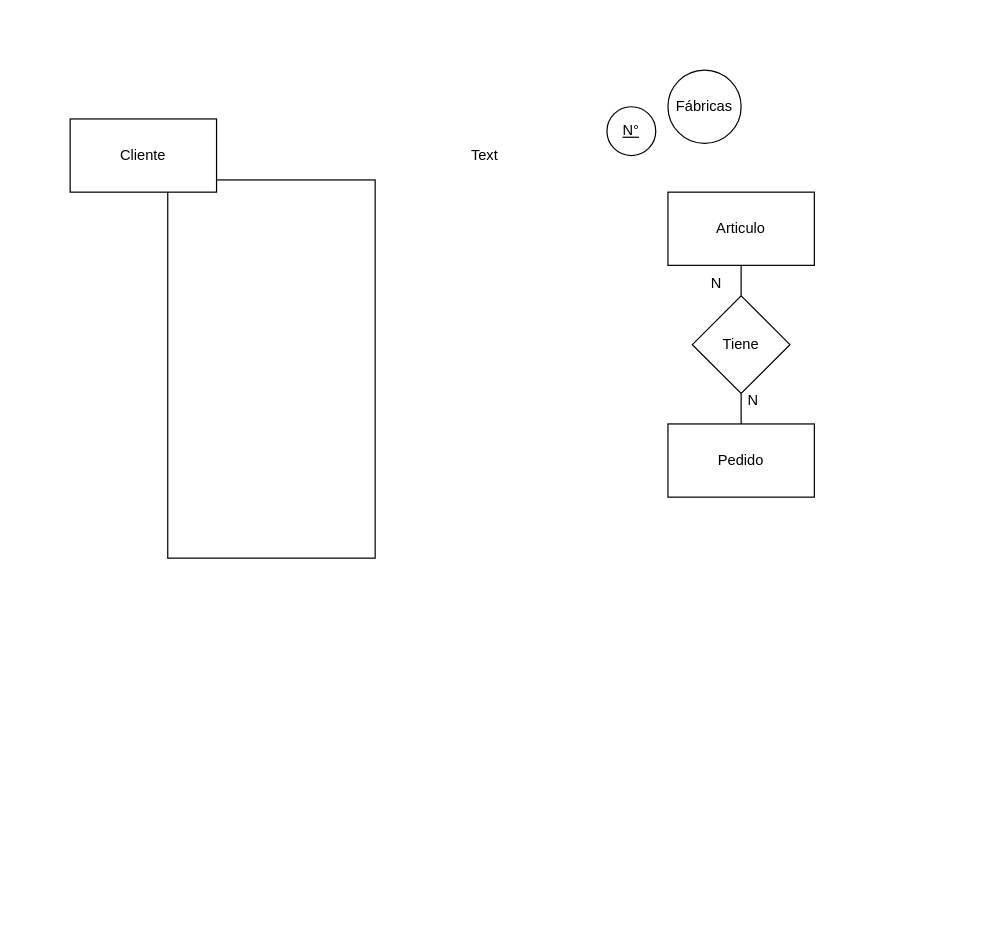
The draw.io diagram Diagrama.drawio in gastonjau/e-commerce, before the edit. Source tidied: cells renumbered, new cells numbered last; positions are measured from the earlier drawing's top-left corner, leaving out a move shared by most shapes. Both pictures are drawn from the tidied source at 122%, with x=0, y=0 at pixel (70, 70).
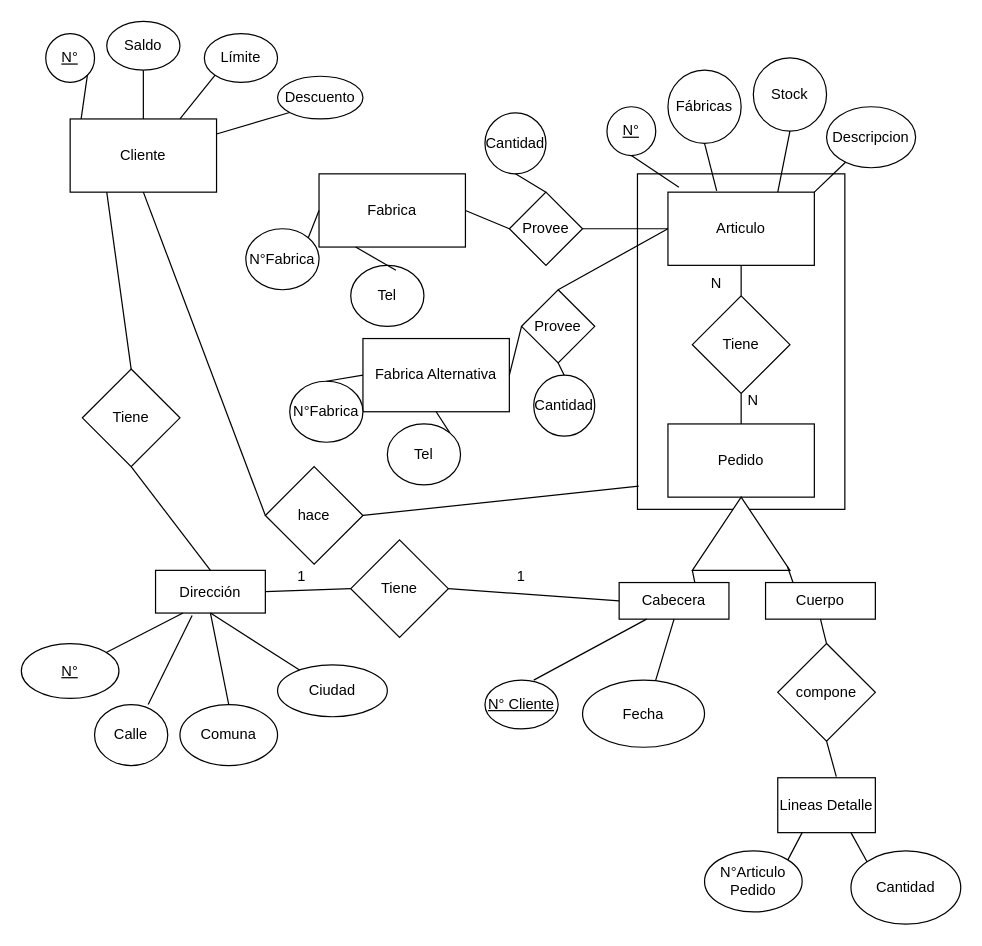
The same page after the edit.

The change refers to these unchanged cells:
```xml
<mxCell id="3" value="Cliente" style="rounded=0;whiteSpace=wrap;html=1;" parent="1" vertex="1">
  <mxGeometry y="40" width="120" height="60" as="geometry" />
</mxCell>
<mxCell id="4" value="Articulo" style="rounded=0;whiteSpace=wrap;html=1;" parent="1" vertex="1">
  <mxGeometry x="490" y="100" width="120" height="60" as="geometry" />
</mxCell>
<mxCell id="12" value="&lt;u&gt;N°&lt;/u&gt;" style="ellipse;whiteSpace=wrap;html=1;" parent="1" vertex="1">
  <mxGeometry x="440" y="30" width="40" height="40" as="geometry" />
</mxCell>
<mxCell id="13" value="Fábricas" style="ellipse;whiteSpace=wrap;html=1;" parent="1" vertex="1">
  <mxGeometry x="490" width="60" height="60" as="geometry" />
</mxCell>
```

What changed in the source:
```diff
@@
     <mxCell id="2" style="rounded=0;whiteSpace=wrap;html=1;" parent="1" vertex="1">
-      <mxGeometry x="80" y="90" width="170" height="310" as="geometry" />
+      <mxGeometry x="465" y="85" width="170" height="275" as="geometry" />
     </mxCell>
@@
-    <mxCell id="11" value="Text" style="text;html=1;align=center;verticalAlign=middle;whiteSpace=wrap;rounded=0;" parent="1" vertex="1">
-      <mxGeometry x="310" y="55" width="60" height="30" as="geometry" />
-    </mxCell>
@@
+    <mxCell id="14" value="Stock" style="ellipse;whiteSpace=wrap;html=1;" parent="1" vertex="1">
+      <mxGeometry x="560" y="-10" width="60" height="60" as="geometry" />
+    </mxCell>
+    <mxCell id="15" value="Descripcion" style="ellipse;whiteSpace=wrap;html=1;" parent="1" vertex="1">
+      <mxGeometry x="620" y="30" width="73" height="50" as="geometry" />
+    </mxCell>
+    <mxCell id="16" style="endArrow=none;html=1;rounded=0;entryX=0.5;entryY=1;entryDx=0;entryDy=0;exitX=0.333;exitY=-0.017;exitDx=0;exitDy=0;exitPerimeter=0;" parent="1" edge="1" source="4" target="13">
+      <mxGeometry relative="1" as="geometry" />
+    </mxCell>
+    <mxCell id="17" style="endArrow=none;html=1;rounded=0;entryX=0.5;entryY=1;entryDx=0;entryDy=0;exitX=0.075;exitY=-0.067;exitDx=0;exitDy=0;exitPerimeter=0;" parent="1" edge="1" source="4" target="12">
+      <mxGeometry relative="1" as="geometry" />
+    </mxCell>
+    <mxCell id="18" style="endArrow=none;html=1;rounded=0;entryX=0.75;entryY=0;entryDx=0;entryDy=0;exitX=0.5;exitY=1;exitDx=0;exitDy=0;" parent="1" edge="1" source="14" target="4">
+      <mxGeometry relative="1" as="geometry" />
+    </mxCell>
+    <mxCell id="19" style="endArrow=none;html=1;rounded=0;entryX=1;entryY=0;entryDx=0;entryDy=0;" parent="1" edge="1" source="15" target="4">
+      <mxGeometry relative="1" as="geometry" />
+    </mxCell>
+    <mxCell id="20" value="&lt;u&gt;N°&lt;/u&gt;" style="ellipse;whiteSpace=wrap;html=1;" parent="1" vertex="1">
+      <mxGeometry x="-20" y="-30" width="40" height="40" as="geometry" />
+    </mxCell>
+    <mxCell id="21" value="Saldo" style="ellipse;whiteSpace=wrap;html=1;" parent="1" vertex="1">
+      <mxGeometry x="30" y="-40" width="60" height="40" as="geometry" />
+    </mxCell>
+    <mxCell id="22" value="Descuento" style="ellipse;whiteSpace=wrap;html=1;" parent="1" vertex="1">
+      <mxGeometry x="170" y="5" width="70" height="35" as="geometry" />
+    </mxCell>
+    <mxCell id="23" value="Límite" style="ellipse;whiteSpace=wrap;html=1;" parent="1" vertex="1">
+      <mxGeometry x="110" y="-30" width="60" height="40" as="geometry" />
+    </mxCell>
+    <mxCell id="24" style="endArrow=none;html=1;rounded=0;entryX=0;entryY=1;entryDx=0;entryDy=0;exitX=0.75;exitY=0;exitDx=0;exitDy=0;" parent="1" edge="1" source="3" target="23">
+      <mxGeometry relative="1" as="geometry" />
+    </mxCell>
+    <mxCell id="25" style="endArrow=none;html=1;rounded=0;entryX=1;entryY=1;entryDx=0;entryDy=0;exitX=0.075;exitY=0;exitDx=0;exitDy=0;exitPerimeter=0;" parent="1" edge="1" source="3" target="20">
+      <mxGeometry relative="1" as="geometry" />
+    </mxCell>
+    <mxCell id="26" style="endArrow=none;html=1;rounded=0;entryX=0.5;entryY=1;entryDx=0;entryDy=0;exitX=0.5;exitY=0;exitDx=0;exitDy=0;" parent="1" edge="1" source="3" target="21">
+      <mxGeometry relative="1" as="geometry" />
+    </mxCell>
+    <mxCell id="27" style="endArrow=none;html=1;rounded=0;entryX=0;entryY=1;entryDx=0;entryDy=0;" parent="1" edge="1" source="3" target="22">
+      <mxGeometry relative="1" as="geometry" />
+    </mxCell>
+    <mxCell id="28" value="hace" style="rhombus;whiteSpace=wrap;html=1;" parent="1" vertex="1">
+      <mxGeometry x="160" y="325" width="80" height="80" as="geometry" />
+    </mxCell>
+    <mxCell id="29" style="endArrow=none;html=1;rounded=0;entryX=0.5;entryY=1;entryDx=0;entryDy=0;exitX=0;exitY=0.5;exitDx=0;exitDy=0;" parent="1" edge="1" source="28" target="3">
+      <mxGeometry relative="1" as="geometry" />
+    </mxCell>
+    <mxCell id="30" style="endArrow=none;html=1;rounded=0;entryX=1;entryY=0.5;entryDx=0;entryDy=0;exitX=0.006;exitY=0.931;exitDx=0;exitDy=0;exitPerimeter=0;" parent="1" edge="1" source="2" target="28">
+      <mxGeometry relative="1" as="geometry" />
+    </mxCell>
+    <mxCell id="31" style="triangle;whiteSpace=wrap;html=1;direction=north;" parent="1" vertex="1">
+      <mxGeometry x="510" y="350" width="80" height="60" as="geometry" />
+    </mxCell>
+    <mxCell id="32" value="Cabecera" style="rounded=0;whiteSpace=wrap;html=1;" parent="1" vertex="1">
+      <mxGeometry x="450" y="420" width="90" height="30" as="geometry" />
+    </mxCell>
+    <mxCell id="33" value="Cuerpo" style="rounded=0;whiteSpace=wrap;html=1;" parent="1" vertex="1">
+      <mxGeometry x="570" y="420" width="90" height="30" as="geometry" />
+    </mxCell>
+    <mxCell id="34" value="compone" style="rhombus;whiteSpace=wrap;html=1;" parent="1" vertex="1">
+      <mxGeometry x="580" y="470" width="80" height="80" as="geometry" />
+    </mxCell>
+    <mxCell id="35" value="Lineas Detalle" style="rounded=0;whiteSpace=wrap;html=1;" parent="1" vertex="1">
+      <mxGeometry x="580" y="580" width="80" height="45" as="geometry" />
+    </mxCell>
+    <mxCell id="36" style="endArrow=none;html=1;rounded=0;exitX=0.6;exitY=-0.022;exitDx=0;exitDy=0;exitPerimeter=0;entryX=0.5;entryY=1;entryDx=0;entryDy=0;" parent="1" edge="1" source="35" target="34">
+      <mxGeometry relative="1" as="geometry" />
+    </mxCell>
+    <mxCell id="37" style="endArrow=none;html=1;rounded=0;entryX=0.5;entryY=0;entryDx=0;entryDy=0;exitX=0.5;exitY=1;exitDx=0;exitDy=0;" parent="1" edge="1" source="33" target="34">
+      <mxGeometry relative="1" as="geometry" />
+    </mxCell>
+    <mxCell id="38" style="endArrow=none;html=1;rounded=0;entryX=0.5;entryY=1;entryDx=0;entryDy=0;" parent="1" edge="1" target="32">
+      <mxGeometry relative="1" as="geometry">
+        <mxPoint x="480" y="500" as="sourcePoint" />
+      </mxGeometry>
+    </mxCell>
+    <mxCell id="39" style="endArrow=none;html=1;rounded=0;entryX=0.25;entryY=1;entryDx=0;entryDy=0;" parent="1" edge="1" target="32">
+      <mxGeometry relative="1" as="geometry">
+        <mxPoint x="380" y="500" as="sourcePoint" />
+      </mxGeometry>
+    </mxCell>
+    <mxCell id="40" value="&lt;u&gt;N° Cliente&lt;/u&gt;" style="ellipse;whiteSpace=wrap;html=1;" parent="1" vertex="1">
+      <mxGeometry x="340" y="500" width="60" height="40" as="geometry" />
+    </mxCell>
+    <mxCell id="41" value="Fecha" style="ellipse;whiteSpace=wrap;html=1;" parent="1" vertex="1">
+      <mxGeometry x="420" y="500" width="100" height="55" as="geometry" />
+    </mxCell>
+    <mxCell id="42" value="N°Articulo Pedido" style="ellipse;whiteSpace=wrap;html=1;" parent="1" vertex="1">
+      <mxGeometry x="520" y="640" width="80" height="50" as="geometry" />
+    </mxCell>
+    <mxCell id="43" value="Cantidad" style="ellipse;whiteSpace=wrap;html=1;" parent="1" vertex="1">
+      <mxGeometry x="640" y="640" width="90" height="60" as="geometry" />
+    </mxCell>
+    <mxCell id="44" style="endArrow=none;html=1;rounded=0;entryX=0.25;entryY=1;entryDx=0;entryDy=0;exitX=1;exitY=0;exitDx=0;exitDy=0;" parent="1" edge="1" source="42" target="35">
+      <mxGeometry relative="1" as="geometry" />
+    </mxCell>
+    <mxCell id="45" style="endArrow=none;html=1;rounded=0;entryX=0.75;entryY=1;entryDx=0;entryDy=0;exitX=0;exitY=0;exitDx=0;exitDy=0;" parent="1" edge="1" source="43" target="35">
+      <mxGeometry relative="1" as="geometry" />
+    </mxCell>
+    <mxCell id="46" value="Tiene" style="rhombus;whiteSpace=wrap;html=1;" parent="1" vertex="1">
+      <mxGeometry x="230" y="385" width="80" height="80" as="geometry" />
+    </mxCell>
+    <mxCell id="47" style="endArrow=none;html=1;rounded=0;entryX=0;entryY=0.5;entryDx=0;entryDy=0;exitX=1;exitY=0.5;exitDx=0;exitDy=0;" parent="1" edge="1" source="46" target="32">
+      <mxGeometry relative="1" as="geometry" />
+    </mxCell>
+    <mxCell id="48" value="Dirección" style="rounded=0;whiteSpace=wrap;html=1;" parent="1" vertex="1">
+      <mxGeometry x="70" y="410" width="90" height="35" as="geometry" />
+    </mxCell>
+    <mxCell id="49" style="endArrow=none;html=1;rounded=0;entryX=0;entryY=0.5;entryDx=0;entryDy=0;exitX=1;exitY=0.5;exitDx=0;exitDy=0;" parent="1" edge="1" source="48" target="46">
+      <mxGeometry relative="1" as="geometry" />
+    </mxCell>
+    <mxCell id="50" value="1" style="text;html=1;align=center;verticalAlign=middle;whiteSpace=wrap;rounded=0;" parent="1" vertex="1">
+      <mxGeometry x="340" y="400" width="60" height="30" as="geometry" />
+    </mxCell>
+    <mxCell id="51" value="1" style="text;html=1;align=center;verticalAlign=middle;whiteSpace=wrap;rounded=0;" parent="1" vertex="1">
+      <mxGeometry x="160" y="400" width="60" height="30" as="geometry" />
+    </mxCell>
+    <mxCell id="52" value="Comuna" style="ellipse;whiteSpace=wrap;html=1;" parent="1" vertex="1">
+      <mxGeometry x="90" y="520" width="80" height="50" as="geometry" />
+    </mxCell>
+    <mxCell id="53" value="Ciudad" style="ellipse;whiteSpace=wrap;html=1;" parent="1" vertex="1">
+      <mxGeometry x="170" y="487.5" width="90" height="42.5" as="geometry" />
+    </mxCell>
+    <mxCell id="54" value="Calle" style="ellipse;whiteSpace=wrap;html=1;" parent="1" vertex="1">
+      <mxGeometry x="20" y="520" width="60" height="50" as="geometry" />
+    </mxCell>
+    <mxCell id="55" value="&lt;u&gt;N°&lt;/u&gt;" style="ellipse;whiteSpace=wrap;html=1;" parent="1" vertex="1">
+      <mxGeometry x="-40" y="470" width="80" height="45" as="geometry" />
+    </mxCell>
+    <mxCell id="56" style="endArrow=none;html=1;rounded=0;entryX=0.25;entryY=1;entryDx=0;entryDy=0;" parent="1" edge="1" source="55" target="48">
+      <mxGeometry relative="1" as="geometry" />
+    </mxCell>
+    <mxCell id="57" style="endArrow=none;html=1;rounded=0;entryX=0.5;entryY=1;entryDx=0;entryDy=0;exitX=0.5;exitY=0;exitDx=0;exitDy=0;" parent="1" edge="1" source="52" target="48">
+      <mxGeometry relative="1" as="geometry" />
+    </mxCell>
+    <mxCell id="58" style="endArrow=none;html=1;rounded=0;entryX=0.333;entryY=1.057;entryDx=0;entryDy=0;entryPerimeter=0;exitX=0.733;exitY=0;exitDx=0;exitDy=0;exitPerimeter=0;" parent="1" edge="1" source="54" target="48">
+      <mxGeometry relative="1" as="geometry" />
+    </mxCell>
+    <mxCell id="59" style="endArrow=none;html=1;rounded=0;entryX=0.5;entryY=1;entryDx=0;entryDy=0;" parent="1" edge="1" source="53" target="48">
+      <mxGeometry relative="1" as="geometry" />
+    </mxCell>
+    <mxCell id="60" value="Tiene" style="rhombus;whiteSpace=wrap;html=1;" parent="1" vertex="1">
+      <mxGeometry x="10" y="245" width="80" height="80" as="geometry" />
+    </mxCell>
+    <mxCell id="61" style="endArrow=none;html=1;rounded=0;entryX=0.25;entryY=1;entryDx=0;entryDy=0;exitX=0.5;exitY=0;exitDx=0;exitDy=0;" parent="1" edge="1" source="60" target="3">
+      <mxGeometry relative="1" as="geometry" />
+    </mxCell>
+    <mxCell id="62" style="endArrow=none;html=1;rounded=0;entryX=0.5;entryY=1;entryDx=0;entryDy=0;exitX=0.5;exitY=0;exitDx=0;exitDy=0;" parent="1" edge="1" source="48" target="60">
+      <mxGeometry relative="1" as="geometry" />
+    </mxCell>
+    <mxCell id="63" value="Fabrica" style="rounded=0;whiteSpace=wrap;html=1;" parent="1" vertex="1">
+      <mxGeometry x="204" y="85" width="120" height="60" as="geometry" />
+    </mxCell>
+    <mxCell id="64" value="Fabrica Alternativa" style="rounded=0;whiteSpace=wrap;html=1;" parent="1" vertex="1">
+      <mxGeometry x="240" y="220" width="120" height="60" as="geometry" />
+    </mxCell>
+    <mxCell id="65" value="Provee" style="rhombus;whiteSpace=wrap;html=1;" parent="1" vertex="1">
+      <mxGeometry x="360" y="100" width="60" height="60" as="geometry" />
+    </mxCell>
+    <mxCell id="66" value="Provee" style="rhombus;whiteSpace=wrap;html=1;" parent="1" vertex="1">
+      <mxGeometry x="370" y="180" width="60" height="60" as="geometry" />
+    </mxCell>
+    <mxCell id="67" style="endArrow=none;html=1;rounded=0;exitX=1;exitY=0.5;exitDx=0;exitDy=0;" parent="1" edge="1" source="65" target="4">
+      <mxGeometry relative="1" as="geometry" />
+    </mxCell>
+    <mxCell id="68" style="endArrow=none;html=1;rounded=0;entryX=0;entryY=0.5;entryDx=0;entryDy=0;exitX=1;exitY=0.5;exitDx=0;exitDy=0;" parent="1" edge="1" source="63" target="65">
+      <mxGeometry relative="1" as="geometry" />
+    </mxCell>
+    <mxCell id="69" style="endArrow=none;html=1;rounded=0;entryX=0;entryY=0.5;entryDx=0;entryDy=0;exitX=0.5;exitY=0;exitDx=0;exitDy=0;" parent="1" edge="1" source="66" target="4">
+      <mxGeometry relative="1" as="geometry" />
+    </mxCell>
+    <mxCell id="70" style="endArrow=none;html=1;rounded=0;entryX=0;entryY=0.5;entryDx=0;entryDy=0;exitX=1;exitY=0.5;exitDx=0;exitDy=0;" parent="1" edge="1" source="64" target="66">
+      <mxGeometry relative="1" as="geometry" />
+    </mxCell>
+    <mxCell id="71" value="N°Fabrica" style="ellipse;whiteSpace=wrap;html=1;" parent="1" vertex="1">
+      <mxGeometry x="144" y="130" width="60" height="50" as="geometry" />
+    </mxCell>
+    <mxCell id="72" value="Tel" style="ellipse;whiteSpace=wrap;html=1;" parent="1" vertex="1">
+      <mxGeometry x="230" y="160" width="60" height="50" as="geometry" />
+    </mxCell>
+    <mxCell id="73" value="N°Fabrica" style="ellipse;whiteSpace=wrap;html=1;" parent="1" vertex="1">
+      <mxGeometry x="180" y="255" width="60" height="50" as="geometry" />
+    </mxCell>
+    <mxCell id="74" value="Tel" style="ellipse;whiteSpace=wrap;html=1;" parent="1" vertex="1">
+      <mxGeometry x="260" y="290" width="60" height="50" as="geometry" />
+    </mxCell>
+    <mxCell id="75" style="endArrow=none;html=1;rounded=0;entryX=1;entryY=0;entryDx=0;entryDy=0;exitX=0.5;exitY=1;exitDx=0;exitDy=0;" parent="1" edge="1" source="64" target="74">
+      <mxGeometry relative="1" as="geometry" />
+    </mxCell>
+    <mxCell id="76" style="endArrow=none;html=1;rounded=0;entryX=0.5;entryY=0;entryDx=0;entryDy=0;exitX=0;exitY=0.5;exitDx=0;exitDy=0;" parent="1" edge="1" source="64" target="73">
+      <mxGeometry relative="1" as="geometry" />
+    </mxCell>
+    <mxCell id="77" style="endArrow=none;html=1;rounded=0;exitX=0.617;exitY=0.08;exitDx=0;exitDy=0;exitPerimeter=0;entryX=0.25;entryY=1;entryDx=0;entryDy=0;" parent="1" edge="1" source="72" target="63">
+      <mxGeometry relative="1" as="geometry" />
+    </mxCell>
+    <mxCell id="78" style="endArrow=none;html=1;rounded=0;entryX=0;entryY=0.5;entryDx=0;entryDy=0;exitX=1;exitY=0;exitDx=0;exitDy=0;" parent="1" edge="1" source="71" target="63">
+      <mxGeometry relative="1" as="geometry" />
+    </mxCell>
+    <mxCell id="79" value="Cantidad" style="ellipse;whiteSpace=wrap;html=1;" parent="1" vertex="1">
+      <mxGeometry x="340" y="35" width="50" height="50" as="geometry" />
+    </mxCell>
+    <mxCell id="80" value="Cantidad" style="ellipse;whiteSpace=wrap;html=1;" parent="1" vertex="1">
+      <mxGeometry x="380" y="250" width="50" height="50" as="geometry" />
+    </mxCell>
+    <mxCell id="81" style="endArrow=none;html=1;rounded=0;entryX=0.5;entryY=0;entryDx=0;entryDy=0;exitX=0.5;exitY=1;exitDx=0;exitDy=0;" parent="1" edge="1" source="66" target="80">
+      <mxGeometry relative="1" as="geometry" />
+    </mxCell>
+    <mxCell id="82" style="endArrow=none;html=1;rounded=0;entryX=0.5;entryY=1;entryDx=0;entryDy=0;exitX=0.5;exitY=0;exitDx=0;exitDy=0;" parent="1" edge="1" source="65" target="79">
+      <mxGeometry relative="1" as="geometry" />
+    </mxCell>
+    <mxCell id="83" style="endArrow=none;html=1;rounded=0;entryX=0.05;entryY=0.975;entryDx=0;entryDy=0;entryPerimeter=0;exitX=0.25;exitY=0;exitDx=0;exitDy=0;" parent="1" edge="1" source="33" target="31">
+      <mxGeometry relative="1" as="geometry" />
+    </mxCell>
+    <mxCell id="84" style="endArrow=none;html=1;rounded=0;entryX=0;entryY=0;entryDx=0;entryDy=0;exitX=0.689;exitY=0;exitDx=0;exitDy=0;exitPerimeter=0;entryPerimeter=0;" parent="1" edge="1" source="32" target="31">
+      <mxGeometry relative="1" as="geometry" />
+    </mxCell>
```
